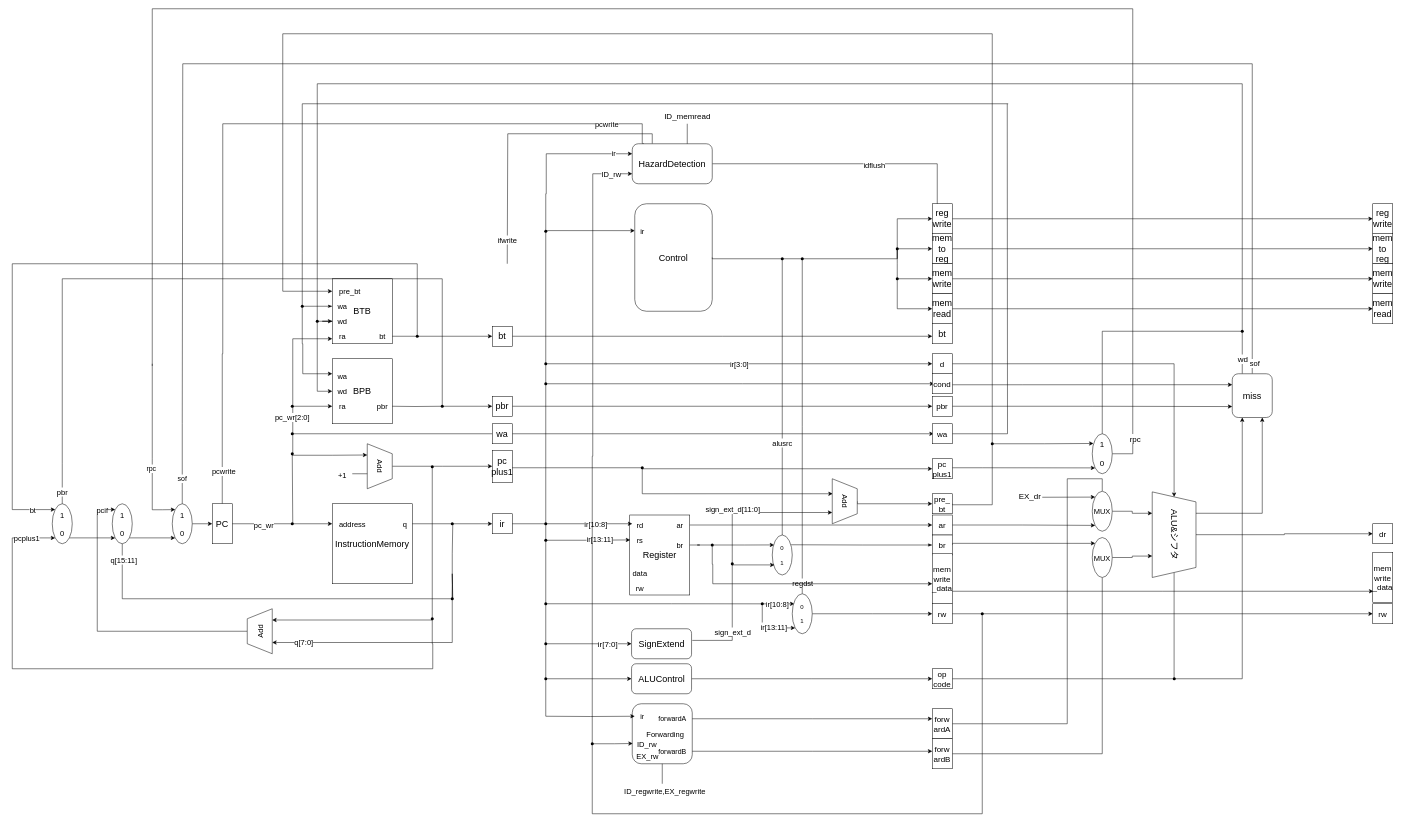
The draw.io diagram pipeline.drawio in HirokiYasuda03/Quartus, before the edit. Source tidied: cells renumbered, new cells numbered last; positions are measured from the earlier drawing's top-left corner, leaving out a move shared by most shapes. Both pictures are drawn from the tidied source at 50%, with x=0, y=0 at pixel (12, 8).
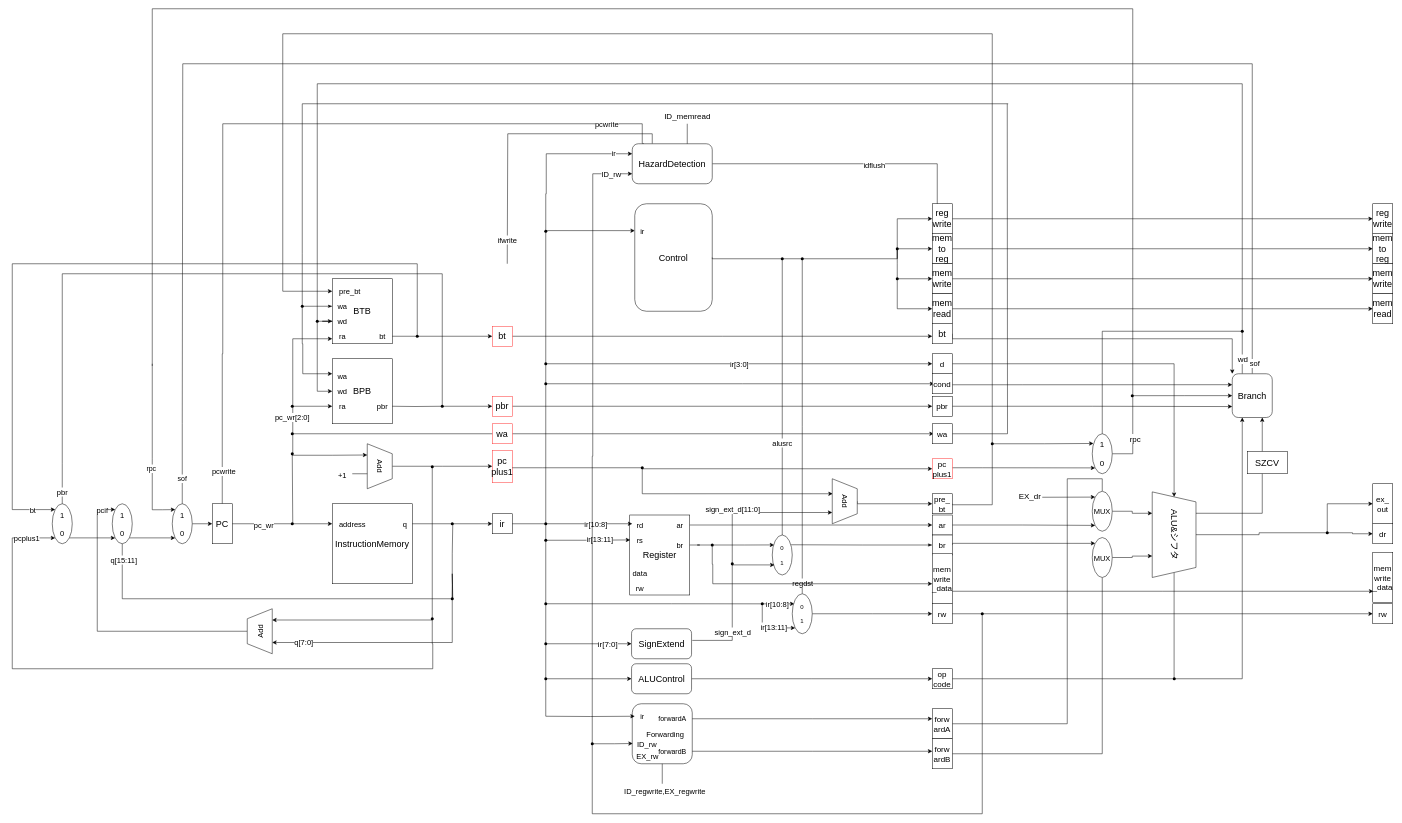
The same page after the edit.

Commit message:
pipeline.drawio を更新します

The change refers to these unchanged cells:
```xml
<mxCell id="42" style="shape=waypoint;sketch=0;fillStyle=solid;size=6;points=[];fillColor=none;perimeter=centerPerimeter;snapToPoint=1;" parent="1" vertex="1">
  <mxGeometry x="850" y="785" width="20" height="20" as="geometry" />
</mxCell>
<mxCell id="171" value="&lt;font style=&quot;font-size: 18px;&quot;&gt;bt&lt;/font&gt;" style="rounded=0;whiteSpace=wrap;html=1;" parent="1" vertex="1">
  <mxGeometry x="1840" y="630" width="40" height="40" as="geometry" />
</mxCell>
<mxCell id="212" value="&lt;font style=&quot;font-size: 18px;&quot;&gt;ALU&amp;amp;シフタ&lt;/font&gt;" style="shape=trapezoid;perimeter=trapezoidPerimeter;whiteSpace=wrap;html=1;fixedSize=1;rotation=90;" parent="1" vertex="1">
  <mxGeometry x="2238.1" y="1008.1" width="171.2" height="87.5" as="geometry" />
</mxCell>
<mxCell id="217" value="&lt;font style=&quot;font-size: 16px;&quot;&gt;dr&lt;/font&gt;" style="rounded=0;whiteSpace=wrap;html=1;" parent="1" vertex="1">
  <mxGeometry x="2721" y="1030" width="40" height="40" as="geometry" />
</mxCell>
```

Change to the diagram source:
```diff
@@
-    <mxCell id="33" value="&lt;font style=&quot;font-size: 18px;&quot;&gt;pbr&lt;/font&gt;" style="rounded=0;whiteSpace=wrap;html=1;" parent="1" vertex="1">
+    <mxCell id="33" value="&lt;font style=&quot;font-size: 18px;&quot;&gt;pbr&lt;/font&gt;" style="rounded=0;whiteSpace=wrap;html=1;strokeColor=#FF3333;" parent="1" vertex="1">
       <mxGeometry x="960" y="775" width="40" height="40" as="geometry" />
     </mxCell>
@@
-    <mxCell id="35" value="&lt;font style=&quot;font-size: 18px;&quot;&gt;bt&lt;/font&gt;" style="rounded=0;whiteSpace=wrap;html=1;" parent="1" vertex="1">
+    <mxCell id="35" value="&lt;font style=&quot;font-size: 18px;&quot;&gt;bt&lt;/font&gt;" style="rounded=0;whiteSpace=wrap;html=1;strokeColor=#FF3333;" parent="1" vertex="1">
       <mxGeometry x="960" y="635" width="40" height="40" as="geometry" />
     </mxCell>
@@
     <mxCell id="41" style="edgeStyle=orthogonalEdgeStyle;rounded=0;jettySize=auto;html=1;endArrow=none;endFill=0;" parent="1" edge="1" source="42">
       <mxGeometry relative="1" as="geometry">
         <mxPoint x="100" y="910" as="targetPoint" />
         <Array as="points">
-          <mxPoint x="860" y="540" />
+          <mxPoint x="860" y="530" />
+          <mxPoint x="100" y="530" />
         </Array>
       </mxGeometry>
     </mxCell>
@@
-    <mxCell id="71" value="&lt;font style=&quot;font-size: 18px;&quot;&gt;pc&lt;br&gt;plus1&lt;/font&gt;" style="rounded=0;whiteSpace=wrap;html=1;" parent="1" vertex="1">
+    <mxCell id="71" value="&lt;font style=&quot;font-size: 18px;&quot;&gt;pc&lt;br&gt;plus1&lt;/font&gt;" style="rounded=0;whiteSpace=wrap;html=1;strokeColor=#FF3333;" parent="1" vertex="1">
       <mxGeometry x="960" y="883" width="40" height="65" as="geometry" />
     </mxCell>
@@
-    <mxCell id="127" value="&lt;span style=&quot;font-size: 16px;&quot;&gt;pc&lt;br&gt;plus1&lt;/span&gt;" style="rounded=0;whiteSpace=wrap;html=1;" parent="1" vertex="1">
+    <mxCell id="127" value="&lt;span style=&quot;font-size: 16px;&quot;&gt;pc&lt;br&gt;plus1&lt;/span&gt;" style="rounded=0;whiteSpace=wrap;html=1;strokeColor=#FF3333;" parent="1" vertex="1">
       <mxGeometry x="1840" y="900" width="40" height="40" as="geometry" />
     </mxCell>
@@
+    <mxCell id="264" style="edgeStyle=orthogonalEdgeStyle;rounded=0;jettySize=auto;html=1;exitX=1;exitY=0.5;exitDx=0;exitDy=0;entryX=0;entryY=0;entryDx=0;entryDy=0;" parent="1" edge="1" source="171" target="225">
+      <mxGeometry relative="1" as="geometry">
+        <Array as="points">
+          <mxPoint x="1880" y="660" />
+          <mxPoint x="2440" y="660" />
+        </Array>
+      </mxGeometry>
+    </mxCell>
@@
-    <mxCell id="210" style="edgeStyle=orthogonalEdgeStyle;rounded=0;jettySize=auto;html=1;entryX=0;entryY=0.5;entryDx=0;entryDy=0;" parent="1" edge="1" source="212" target="217">
+    <mxCell id="210" style="edgeStyle=orthogonalEdgeStyle;rounded=0;jettySize=auto;html=1;entryX=0;entryY=0.5;entryDx=0;entryDy=0;" parent="1" edge="1" source="271" target="217">
       <mxGeometry relative="1" as="geometry" />
     </mxCell>
@@
-    <mxCell id="220" value="&lt;span style=&quot;font-size: 18px;&quot;&gt;wa&lt;br&gt;&lt;/span&gt;" style="rounded=0;whiteSpace=wrap;html=1;" parent="1" vertex="1">
+    <mxCell id="220" value="&lt;span style=&quot;font-size: 18px;&quot;&gt;wa&lt;br&gt;&lt;/span&gt;" style="rounded=0;whiteSpace=wrap;html=1;strokeColor=#FF3333;" parent="1" vertex="1">
       <mxGeometry x="960" y="830" width="40" height="40" as="geometry" />
     </mxCell>
@@
+    <mxCell id="265" style="edgeStyle=orthogonalEdgeStyle;rounded=0;jettySize=auto;html=1;exitX=0;exitY=0.5;exitDx=0;exitDy=0;endArrow=none;endFill=0;startArrow=classic;startFill=1;" parent="1" edge="1" source="225" target="266">
+      <mxGeometry relative="1" as="geometry" />
+    </mxCell>
-    <mxCell id="225" value="&lt;font style=&quot;font-size: 18px;&quot;&gt;miss&lt;/font&gt;" style="rounded=1;whiteSpace=wrap;html=1;" parent="1" vertex="1">
+    <mxCell id="225" value="&lt;font style=&quot;font-size: 18px;&quot;&gt;Branch&lt;/font&gt;" style="rounded=1;whiteSpace=wrap;html=1;" parent="1" vertex="1">
       <mxGeometry x="2440" y="730" width="80" height="87.5" as="geometry" />
     </mxCell>
@@
+    <mxCell id="266" style="shape=waypoint;sketch=0;fillStyle=solid;size=6;points=[];fillColor=none;perimeter=centerPerimeter;snapToPoint=1;" parent="1" vertex="1">
+      <mxGeometry x="2230" y="763.9" width="20" height="20" as="geometry" />
+    </mxCell>
+    <mxCell id="267" value="&lt;font style=&quot;font-size: 18px;&quot;&gt;SZCV&lt;/font&gt;" style="rounded=0;whiteSpace=wrap;html=1;" parent="1" vertex="1">
+      <mxGeometry x="2470" y="885" width="80" height="45" as="geometry" />
+    </mxCell>
+    <mxCell id="268" value="&lt;span style=&quot;font-size: 16px;&quot;&gt;ex_&lt;br&gt;out&lt;/span&gt;" style="rounded=0;whiteSpace=wrap;html=1;" parent="1" vertex="1">
+      <mxGeometry x="2721" y="950" width="40" height="80" as="geometry" />
+    </mxCell>
+    <mxCell id="269" style="edgeStyle=orthogonalEdgeStyle;rounded=0;jettySize=auto;html=1;entryDx=0;entryDy=0;endArrow=none;endFill=0;" parent="1" edge="1" source="212" target="271">
+      <mxGeometry relative="1" as="geometry" />
+    </mxCell>
+    <mxCell id="270" style="edgeStyle=orthogonalEdgeStyle;rounded=0;jettySize=auto;html=1;entryX=0;entryY=0.5;entryDx=0;entryDy=0;" parent="1" edge="1" source="271" target="268">
+      <mxGeometry relative="1" as="geometry">
+        <Array as="points">
+          <mxPoint x="2630" y="990" />
+        </Array>
+      </mxGeometry>
+    </mxCell>
+    <mxCell id="271" style="shape=waypoint;sketch=0;fillStyle=solid;size=6;points=[];fillColor=none;perimeter=centerPerimeter;snapToPoint=1;" parent="1" vertex="1">
+      <mxGeometry x="2620" y="1038" width="20" height="20" as="geometry" />
+    </mxCell>
```
